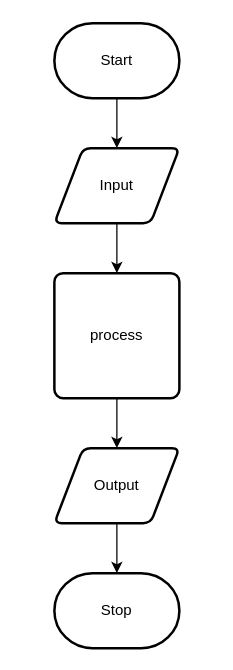
Alex-Nelson-1/ICS20-UNIT3-03-JS-VOLUME-OF-SPHERE keeps this draw.io diagram as design/flow-chart.drawio. Above is the earlier version. Source tidied: cells renumbered, new cells numbered last; positions are measured from the earlier drawing's top-left corner, leaving out a move shared by most shapes. Both pictures are drawn from the tidied source at 125%, with x=0, y=0 at pixel (54, 22).
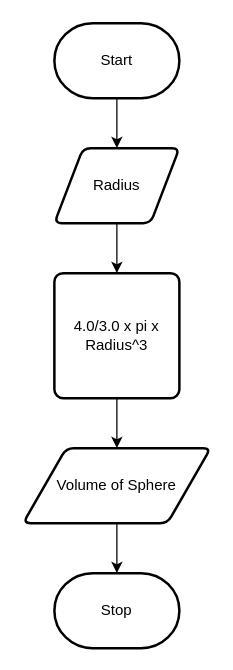
Above is the later version.

Commit message (it also covers changes not shown here):
Created Story board and Flowchart

The edit, as a diff of the source:
```diff
@@
 <mxGraphModel>
   <root>
     <mxCell id="0" />
     <mxCell id="1" parent="0" />
     <mxCell id="2" style="edgeStyle=none;html=1;" parent="1" edge="1" source="3" target="5">
       <mxGeometry relative="1" as="geometry" />
     </mxCell>
     <mxCell id="3" value="Start" style="strokeWidth=2;html=1;shape=mxgraph.flowchart.terminator;whiteSpace=wrap;" parent="1" vertex="1">
       <mxGeometry width="100" height="60" as="geometry" />
     </mxCell>
     <mxCell id="4" style="edgeStyle=none;html=1;" parent="1" edge="1" source="5" target="7">
       <mxGeometry relative="1" as="geometry" />
     </mxCell>
-    <mxCell id="5" value="Input" style="shape=parallelogram;html=1;strokeWidth=2;perimeter=parallelogramPerimeter;whiteSpace=wrap;rounded=1;arcSize=12;size=0.23;" parent="1" vertex="1">
+    <mxCell id="5" value="Radius" style="shape=parallelogram;html=1;strokeWidth=2;perimeter=parallelogramPerimeter;whiteSpace=wrap;rounded=1;arcSize=12;size=0.23;" parent="1" vertex="1">
       <mxGeometry y="100" width="100" height="60" as="geometry" />
     </mxCell>
     <mxCell id="6" style="edgeStyle=none;html=1;" parent="1" edge="1" source="7" target="9">
       <mxGeometry relative="1" as="geometry" />
     </mxCell>
-    <mxCell id="7" value="process" style="rounded=1;whiteSpace=wrap;html=1;absoluteArcSize=1;arcSize=14;strokeWidth=2;" parent="1" vertex="1">
+    <mxCell id="7" value="4.0/3.0 x pi x Radius^3" style="rounded=1;whiteSpace=wrap;html=1;absoluteArcSize=1;arcSize=14;strokeWidth=2;" parent="1" vertex="1">
       <mxGeometry y="200" width="100" height="100" as="geometry" />
     </mxCell>
     <mxCell id="8" style="edgeStyle=none;html=1;" parent="1" edge="1" source="9" target="10">
       <mxGeometry relative="1" as="geometry" />
     </mxCell>
-    <mxCell id="9" value="Output" style="shape=parallelogram;html=1;strokeWidth=2;perimeter=parallelogramPerimeter;whiteSpace=wrap;rounded=1;arcSize=12;size=0.23;" parent="1" vertex="1">
-      <mxGeometry y="340" width="100" height="60" as="geometry" />
+    <mxCell id="9" value="Volume of Sphere" style="shape=parallelogram;html=1;strokeWidth=2;perimeter=parallelogramPerimeter;whiteSpace=wrap;rounded=1;arcSize=12;size=0.23;" parent="1" vertex="1">
+      <mxGeometry x="-25" y="340" width="150" height="60" as="geometry" />
     </mxCell>
     <mxCell id="10" value="Stop" style="strokeWidth=2;html=1;shape=mxgraph.flowchart.terminator;whiteSpace=wrap;" parent="1" vertex="1">
       <mxGeometry y="440" width="100" height="60" as="geometry" />
     </mxCell>
   </root>
 </mxGraphModel>
```
